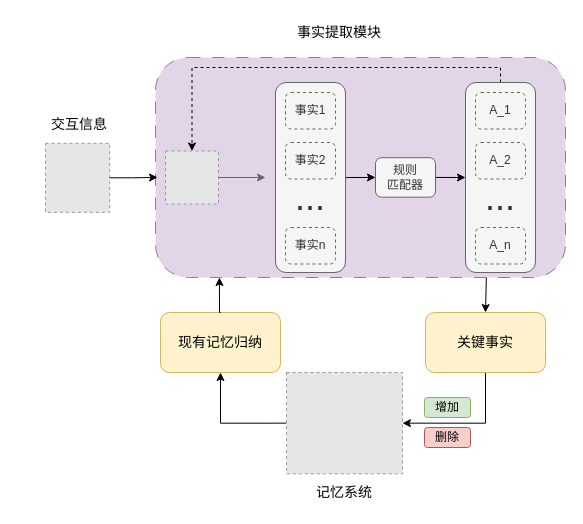
Earlier version of the draw.io diagram 研究内容1.drawio (niuyiqun/llm_agent). Source tidied: cells renumbered, new cells numbered last; positions are measured from the earlier drawing's top-left corner, leaving out a move shared by most shapes. Both pictures are drawn from the tidied source at 100%, with x=0, y=0 at pixel (45, 17). Pictures stored in the file or linked from it are replaced by grey dashed boxes.
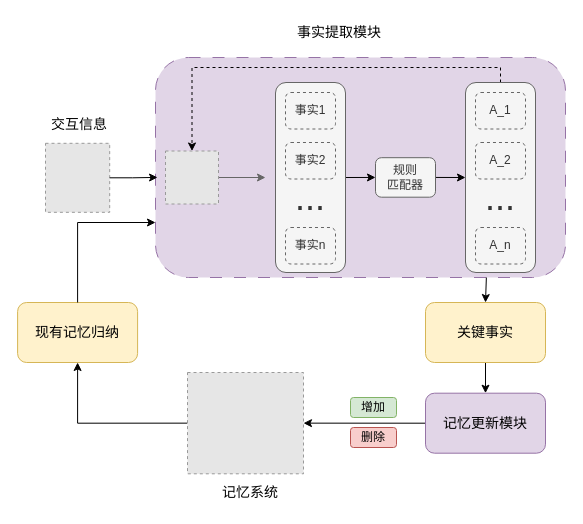
After the change.

Commit message (it also covers changes not shown here):
更新研究内容1.drawio

The change refers to these unchanged cells:
```xml
<mxCell id="2" style="rounded=1;whiteSpace=wrap;html=1;dashed=1;dashPattern=12 12;fillColor=#e1d5e7;strokeColor=#9673a6;" parent="1" vertex="1">
  <mxGeometry x="110" y="40" width="410" height="220" as="geometry" />
</mxCell>
```

The edit, as a diff of the source:
```diff
@@
     <mxCell id="24" style="fillColor=#E6E6E6;strokeColor=#999999;dashed=1;verticalLabelPosition=bottom;verticalAlign=top;" parent="1" vertex="1">
-      <mxGeometry x="241" y="355" width="116" height="101.3" as="geometry" />
+      <mxGeometry x="142" y="355" width="116" height="101.3" as="geometry" />
     </mxCell>
     <mxCell id="25" value="&lt;span style=&quot;font-size: 14px;&quot;&gt;记忆系统&lt;/span&gt;" style="text;strokeColor=none;align=center;fillColor=none;html=1;verticalAlign=middle;whiteSpace=wrap;rounded=0;" parent="1" vertex="1">
-      <mxGeometry x="246" y="460" width="106" height="30" as="geometry" />
+      <mxGeometry x="152" y="460" width="106" height="30" as="geometry" />
     </mxCell>
     <mxCell id="26" value="&lt;font style=&quot;font-size: 14px;&quot;&gt;现有记忆归纳&lt;/font&gt;" style="rounded=1;whiteSpace=wrap;html=1;fillColor=#fff2cc;strokeColor=#d6b656;" parent="1" vertex="1">
-      <mxGeometry x="115" y="295" width="120" height="60" as="geometry" />
+      <mxGeometry x="-27.9" y="285" width="120" height="60" as="geometry" />
     </mxCell>
-    <mxCell id="27" style="edgeStyle=orthogonalEdgeStyle;rounded=0;jettySize=auto;html=1;exitX=0.5;exitY=0;exitDx=0;exitDy=0;entryX=0.156;entryY=1;entryDx=0;entryDy=0;entryPerimeter=0;" parent="1" edge="1" source="26" target="2">
+    <mxCell id="27" style="edgeStyle=orthogonalEdgeStyle;rounded=0;jettySize=auto;html=1;exitX=0.5;exitY=0;exitDx=0;exitDy=0;entryX=0;entryY=0.75;entryDx=0;entryDy=0;" parent="1" edge="1" source="26" target="2">
       <mxGeometry relative="1" as="geometry" />
     </mxCell>
-    <mxCell id="28" style="edgeStyle=orthogonalEdgeStyle;rounded=0;jettySize=auto;html=1;exitX=0.5;exitY=1;exitDx=0;exitDy=0;entryX=1;entryY=0.5;entryDx=0;entryDy=0;" parent="1" edge="1" source="29" target="24">
-      <mxGeometry relative="1" as="geometry" />
-    </mxCell>
+    <mxCell id="33" style="edgeStyle=orthogonalEdgeStyle;rounded=0;jettySize=auto;html=1;exitX=0.5;exitY=1;exitDx=0;exitDy=0;entryX=0.5;entryY=0;entryDx=0;entryDy=0;" parent="1" edge="1" source="29" target="35">
+      <mxGeometry relative="1" as="geometry" />
+    </mxCell>
     <mxCell id="29" value="&lt;span style=&quot;font-size: 14px;&quot;&gt;关键事实&lt;/span&gt;" style="rounded=1;whiteSpace=wrap;html=1;fillColor=#fff2cc;strokeColor=#d6b656;" parent="1" vertex="1">
-      <mxGeometry x="380" y="295" width="120" height="60" as="geometry" />
+      <mxGeometry x="380" y="285" width="120" height="60" as="geometry" />
     </mxCell>
@@
     <mxCell id="31" value="增加" style="rounded=1;whiteSpace=wrap;html=1;fillColor=#d5e8d4;strokeColor=#82b366;" parent="1" vertex="1">
-      <mxGeometry x="379" y="380" width="46" height="20" as="geometry" />
+      <mxGeometry x="305" y="380" width="46" height="20" as="geometry" />
     </mxCell>
     <mxCell id="32" value="删除" style="rounded=1;whiteSpace=wrap;html=1;fillColor=#f8cecc;strokeColor=#b85450;" parent="1" vertex="1">
-      <mxGeometry x="379" y="410" width="46" height="20" as="geometry" />
+      <mxGeometry x="305" y="410" width="46" height="20" as="geometry" />
     </mxCell>
+    <mxCell id="34" style="edgeStyle=orthogonalEdgeStyle;rounded=0;jettySize=auto;html=1;exitX=0;exitY=0.5;exitDx=0;exitDy=0;entryX=1;entryY=0.5;entryDx=0;entryDy=0;" parent="1" edge="1" source="35" target="24">
+      <mxGeometry relative="1" as="geometry" />
+    </mxCell>
+    <mxCell id="35" value="&lt;span style=&quot;font-size: 14px;&quot;&gt;记忆更新模块&lt;/span&gt;" style="rounded=1;whiteSpace=wrap;html=1;fillColor=#e1d5e7;strokeColor=#9673a6;" parent="1" vertex="1">
+      <mxGeometry x="380" y="375.7" width="120" height="60" as="geometry" />
+    </mxCell>
```
